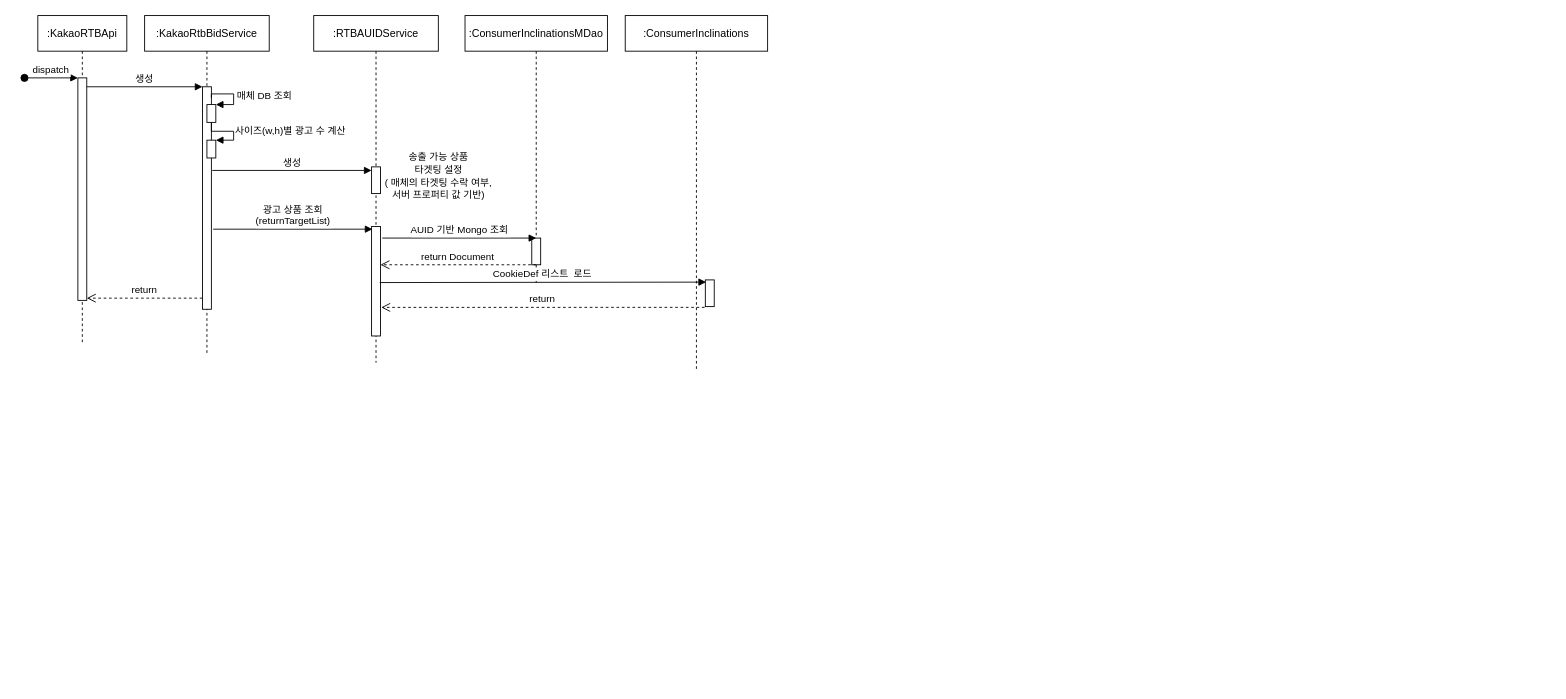
Before: 입찰 요청.drawio in BaekSeungJo/Diagram, a draw.io diagram. Source tidied: cells renumbered, new cells numbered last; positions are measured from the earlier drawing's top-left corner, leaving out a move shared by most shapes. Both pictures are drawn from the tidied source at 89%, with x=0, y=0 at pixel (24, 15).
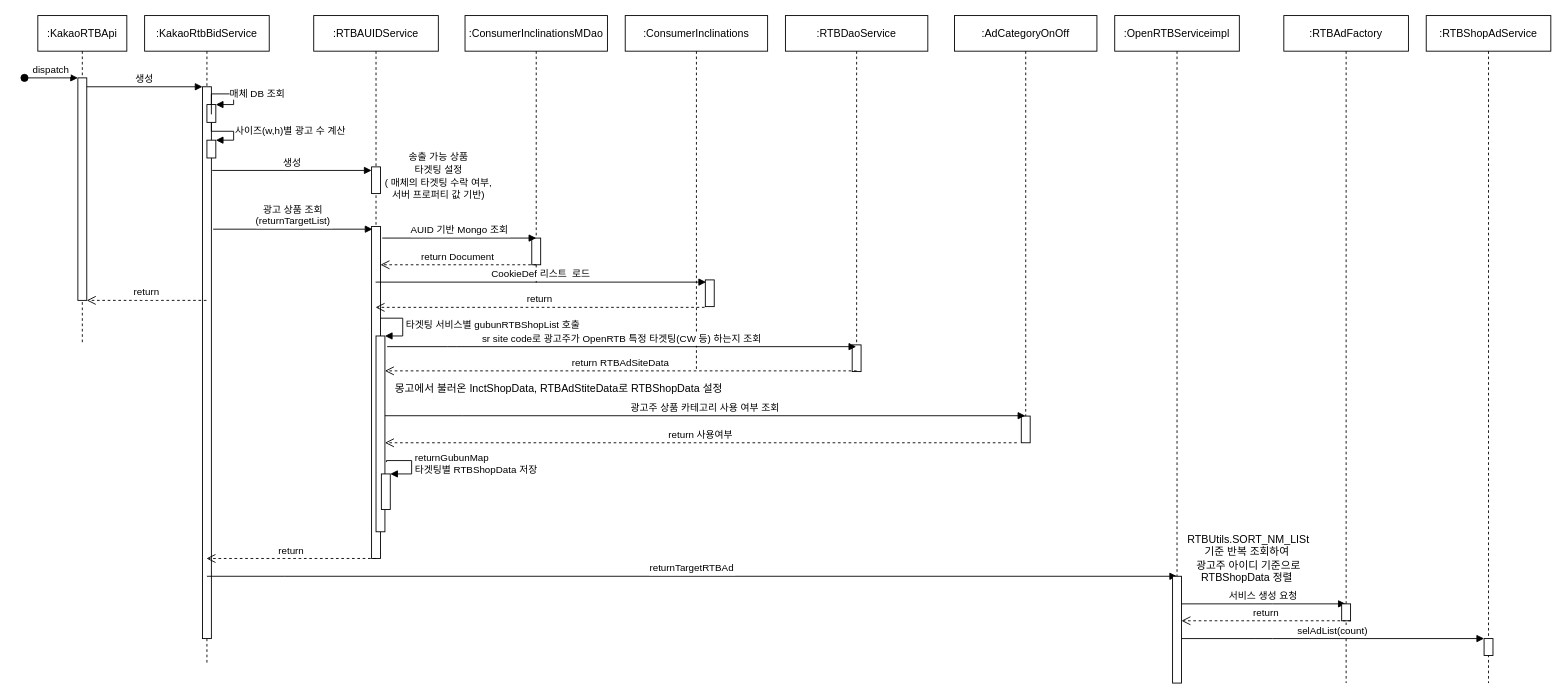
Above is the later version.

Unchanged cells that the change refers to:
```xml
<mxCell id="3" style="points=[];perimeter=orthogonalPerimeter;rounded=0;shadow=0;strokeWidth=1;" parent="2" vertex="1">
  <mxGeometry x="45" y="70" width="10" height="250" as="geometry" />
</mxCell>
<mxCell id="24" style="points=[];perimeter=orthogonalPerimeter;rounded=0;shadow=0;strokeWidth=1;" parent="23" vertex="1">
  <mxGeometry x="90" y="297" width="10" height="30" as="geometry" />
</mxCell>
```

Change to the diagram source:
```diff
@@
     <mxCell id="5" value=":KakaoRtbBidService" style="shape=umlLifeline;perimeter=lifelinePerimeter;rounded=0;shadow=0;strokeWidth=1;" parent="1" vertex="1">
-      <mxGeometry x="135" width="140" height="380" as="geometry" />
+      <mxGeometry x="135" width="140" height="730" as="geometry" />
     </mxCell>
     <mxCell id="6" style="points=[];perimeter=orthogonalPerimeter;rounded=0;shadow=0;strokeWidth=1;" parent="5" vertex="1">
-      <mxGeometry x="65" y="80" width="10" height="250" as="geometry" />
+      <mxGeometry x="65" y="80" width="10" height="620" as="geometry" />
     </mxCell>
@@
-    <mxCell id="9" value="return" style="verticalAlign=bottom;endArrow=open;dashed=1;endSize=8;exitX=0;exitY=0.95;shadow=0;strokeWidth=1;" parent="1" edge="1" source="6" target="3">
+    <mxCell id="9" value="return" style="verticalAlign=bottom;endArrow=open;dashed=1;endSize=8;shadow=0;strokeWidth=1;" parent="1" edge="1" source="5" target="3">
       <mxGeometry relative="1" as="geometry" />
     </mxCell>
@@
     <mxCell id="13" value=":RTBAUIDService" style="shape=umlLifeline;perimeter=lifelinePerimeter;rounded=0;shadow=0;strokeWidth=1;" parent="1" vertex="1">
-      <mxGeometry x="325" width="140" height="390" as="geometry" />
+      <mxGeometry x="325" width="140" height="610" as="geometry" />
     </mxCell>
@@
     <mxCell id="15" style="points=[];perimeter=orthogonalPerimeter;rounded=0;shadow=0;strokeWidth=1;" parent="13" vertex="1">
-      <mxGeometry x="65" y="237" width="10" height="123" as="geometry" />
+      <mxGeometry x="65" y="237" width="10" height="373" as="geometry" />
     </mxCell>
@@
-    <mxCell id="25" value="CookieDef 리스트  로드" style="verticalAlign=bottom;endArrow=block;shadow=0;strokeWidth=1;entryX=0.083;entryY=0.083;entryDx=0;entryDy=0;entryPerimeter=0;exitX=0.917;exitY=0.512;exitDx=0;exitDy=0;exitPerimeter=0;" parent="1" edge="1" source="15" target="24">
+    <mxCell id="25" value="CookieDef 리스트  로드" style="verticalAlign=bottom;endArrow=block;shadow=0;strokeWidth=1;entryX=0.083;entryY=0.083;entryDx=0;entryDy=0;entryPerimeter=0;" parent="1" edge="1" source="13" target="24">
       <mxGeometry relative="1" as="geometry" />
     </mxCell>
-    <mxCell id="26" value="return" style="verticalAlign=bottom;endArrow=open;dashed=1;endSize=8;exitX=-0.083;exitY=1.028;shadow=0;strokeWidth=1;exitDx=0;exitDy=0;exitPerimeter=0;entryX=1.083;entryY=0.739;entryDx=0;entryDy=0;entryPerimeter=0;" parent="1" edge="1" source="24" target="15">
+    <mxCell id="26" value="return" style="verticalAlign=bottom;endArrow=open;dashed=1;endSize=8;exitX=-0.083;exitY=1.028;shadow=0;strokeWidth=1;exitDx=0;exitDy=0;exitPerimeter=0;" parent="1" edge="1" source="24" target="13">
       <mxGeometry relative="1" as="geometry" />
     </mxCell>
+    <mxCell id="27" style="html=1;points=[];perimeter=orthogonalPerimeter;" parent="1" vertex="1">
+      <mxGeometry x="395" y="360" width="10" height="220" as="geometry" />
+    </mxCell>
+    <mxCell id="28" value="타겟팅 서비스별 gubunRTBShopList 호출" style="edgeStyle=orthogonalEdgeStyle;html=1;align=left;spacingLeft=2;endArrow=block;rounded=0;entryX=1;entryY=0;" parent="1" edge="1" target="27">
+      <mxGeometry relative="1" as="geometry">
+        <mxPoint x="400" y="340" as="sourcePoint" />
+        <Array as="points">
+          <mxPoint x="425" y="340" />
+        </Array>
+      </mxGeometry>
+    </mxCell>
+    <mxCell id="29" value=":RTBDaoService" style="shape=umlLifeline;perimeter=lifelinePerimeter;rounded=0;shadow=0;strokeWidth=1;" parent="1" vertex="1">
+      <mxGeometry x="855" width="160" height="400" as="geometry" />
+    </mxCell>
+    <mxCell id="30" style="perimeter=orthogonalPerimeter;rounded=0;shadow=0;strokeWidth=1;" parent="29" vertex="1">
+      <mxGeometry x="75" y="370" width="10" height="30" as="geometry" />
+    </mxCell>
+    <mxCell id="31" value="sr site code로 광고주가 OpenRTB 특정 타겟팅(CW 등) 하는지 조회" style="verticalAlign=bottom;endArrow=block;shadow=0;strokeWidth=1;exitX=1.25;exitY=0.25;exitDx=0;exitDy=0;exitPerimeter=0;" parent="1" edge="1">
+      <mxGeometry relative="1" as="geometry">
+        <mxPoint x="407.5" y="372" as="sourcePoint" />
+        <mxPoint x="934.5" y="372" as="targetPoint" />
+        <Array as="points">
+          <mxPoint x="485" y="372" />
+        </Array>
+      </mxGeometry>
+    </mxCell>
+    <mxCell id="32" value="return RTBAdSiteData" style="verticalAlign=bottom;endArrow=open;dashed=1;endSize=8;exitX=0;exitY=0.95;shadow=0;strokeWidth=1;" parent="1" edge="1" target="27">
+      <mxGeometry relative="1" as="geometry">
+        <mxPoint x="935" y="399.2" as="sourcePoint" />
+      </mxGeometry>
+    </mxCell>
+    <mxCell id="33" value="몽고에서 불러온 InctShopData, RTBAdStiteData로 RTBShopData 설정" style="text;html=1;align=center;verticalAlign=middle;" parent="1" vertex="1">
+      <mxGeometry x="405" y="410" width="390" height="20" as="geometry" />
+    </mxCell>
+    <mxCell id="34" value=":AdCategoryOnOff" style="shape=umlLifeline;perimeter=lifelinePerimeter;rounded=0;shadow=0;strokeWidth=1;" parent="1" vertex="1">
+      <mxGeometry x="1045" width="160" height="470" as="geometry" />
+    </mxCell>
+    <mxCell id="35" style="perimeter=orthogonalPerimeter;rounded=0;shadow=0;strokeWidth=1;" parent="34" vertex="1">
+      <mxGeometry x="75" y="450" width="10" height="30" as="geometry" />
+    </mxCell>
+    <mxCell id="36" value="광고주 상품 카테고리 사용 여부 조회" style="verticalAlign=bottom;endArrow=block;shadow=0;strokeWidth=1;exitX=1.25;exitY=0.25;exitDx=0;exitDy=0;exitPerimeter=0;" parent="1" edge="1" target="34">
+      <mxGeometry relative="1" as="geometry">
+        <mxPoint x="405" y="449.6" as="sourcePoint" />
+        <Array as="points">
+          <mxPoint x="482.5" y="449.6" />
+        </Array>
+      </mxGeometry>
+    </mxCell>
+    <mxCell id="37" value="return 사용여부" style="verticalAlign=bottom;endArrow=open;dashed=1;endSize=8;shadow=0;strokeWidth=1;" parent="1" edge="1" target="27">
+      <mxGeometry relative="1" as="geometry">
+        <mxPoint x="1115" y="480" as="sourcePoint" />
+      </mxGeometry>
+    </mxCell>
+    <mxCell id="38" style="html=1;points=[];perimeter=orthogonalPerimeter;" parent="1" vertex="1">
+      <mxGeometry x="401" y="515" width="10" height="40" as="geometry" />
+    </mxCell>
+    <mxCell id="39" value="returnGubunMap&lt;br&gt;타겟팅별 RTBShopData 저장" style="edgeStyle=orthogonalEdgeStyle;html=1;align=left;spacingLeft=2;endArrow=block;rounded=0;entryX=1;entryY=0;exitX=1.167;exitY=0.644;exitDx=0;exitDy=0;exitPerimeter=0;" parent="1" edge="1" source="27" target="38">
+      <mxGeometry relative="1" as="geometry">
+        <Array as="points">
+          <mxPoint x="407" y="500" />
+          <mxPoint x="435" y="500" />
+          <mxPoint x="435" y="515" />
+        </Array>
+      </mxGeometry>
+    </mxCell>
+    <mxCell id="40" value=":OpenRTBServiceimpl" style="shape=umlLifeline;perimeter=lifelinePerimeter;rounded=0;shadow=0;strokeWidth=1;" parent="1" vertex="1">
+      <mxGeometry x="1225" width="140" height="650" as="geometry" />
+    </mxCell>
+    <mxCell id="41" value="return" style="verticalAlign=bottom;endArrow=open;dashed=1;endSize=8;shadow=0;strokeWidth=1;" parent="1" edge="1" target="5">
+      <mxGeometry relative="1" as="geometry">
+        <mxPoint x="395" y="610" as="sourcePoint" />
+      </mxGeometry>
+    </mxCell>
+    <mxCell id="42" value="returnTargetRTBAd" style="verticalAlign=bottom;endArrow=block;shadow=0;strokeWidth=1;exitX=1.25;exitY=0.25;exitDx=0;exitDy=0;exitPerimeter=0;" parent="1" edge="1">
+      <mxGeometry relative="1" as="geometry">
+        <mxPoint x="205" y="630" as="sourcePoint" />
+        <mxPoint x="1295" y="630" as="targetPoint" />
+        <Array as="points">
+          <mxPoint x="282.5" y="630" />
+        </Array>
+      </mxGeometry>
+    </mxCell>
+    <mxCell id="43" style="perimeter=orthogonalPerimeter;rounded=0;shadow=0;strokeWidth=1;" parent="1" vertex="1">
+      <mxGeometry x="1290" y="630" width="10" height="120" as="geometry" />
+    </mxCell>
+    <mxCell id="44" value="RTBUtils.SORT_NM_LISt &lt;br&gt;기준 반복 조회하여&amp;nbsp;&lt;br&gt;광고주 아이디 기준으로 &lt;br&gt;RTBShopData 정렬&amp;nbsp;" style="text;html=1;align=center;verticalAlign=middle;" parent="1" vertex="1">
+      <mxGeometry x="1300" y="580" width="150" height="60" as="geometry" />
+    </mxCell>
+    <mxCell id="45" value=":RTBAdFactory" style="shape=umlLifeline;perimeter=lifelinePerimeter;rounded=0;shadow=0;strokeWidth=1;" parent="1" vertex="1">
+      <mxGeometry x="1415" width="140" height="750" as="geometry" />
+    </mxCell>
+    <mxCell id="46" value="서비스 생성 요청" style="verticalAlign=bottom;endArrow=block;shadow=0;strokeWidth=1;" parent="1" edge="1">
+      <mxGeometry relative="1" as="geometry">
+        <mxPoint x="1300" y="661" as="sourcePoint" />
+        <mxPoint x="1484.5" y="661" as="targetPoint" />
+        <Array as="points">
+          <mxPoint x="1392.5" y="661" />
+        </Array>
+      </mxGeometry>
+    </mxCell>
+    <mxCell id="47" style="perimeter=orthogonalPerimeter;rounded=0;shadow=0;strokeWidth=1;" parent="1" vertex="1">
+      <mxGeometry x="1480" y="661" width="10" height="19" as="geometry" />
+    </mxCell>
+    <mxCell id="48" value="return" style="verticalAlign=bottom;endArrow=open;dashed=1;endSize=8;shadow=0;strokeWidth=1;" parent="1" edge="1">
+      <mxGeometry relative="1" as="geometry">
+        <mxPoint x="1490.3" y="680" as="sourcePoint" />
+        <mxPoint x="1300" y="680" as="targetPoint" />
+      </mxGeometry>
+    </mxCell>
+    <mxCell id="49" value=":RTBShopAdService" style="shape=umlLifeline;perimeter=lifelinePerimeter;rounded=0;shadow=0;strokeWidth=1;" parent="1" vertex="1">
+      <mxGeometry x="1575" width="140" height="750" as="geometry" />
+    </mxCell>
+    <mxCell id="50" style="points=[];perimeter=orthogonalPerimeter;rounded=0;shadow=0;strokeWidth=1;" parent="49" vertex="1">
+      <mxGeometry x="65" y="700" width="10" height="19" as="geometry" />
+    </mxCell>
+    <mxCell id="51" value="selAdList(count)" style="verticalAlign=bottom;endArrow=block;shadow=0;strokeWidth=1;" parent="1" edge="1" target="50">
+      <mxGeometry relative="1" as="geometry">
+        <mxPoint x="1300" y="700" as="sourcePoint" />
+        <Array as="points">
+          <mxPoint x="1392.5" y="700" />
+        </Array>
+      </mxGeometry>
+    </mxCell>
```
